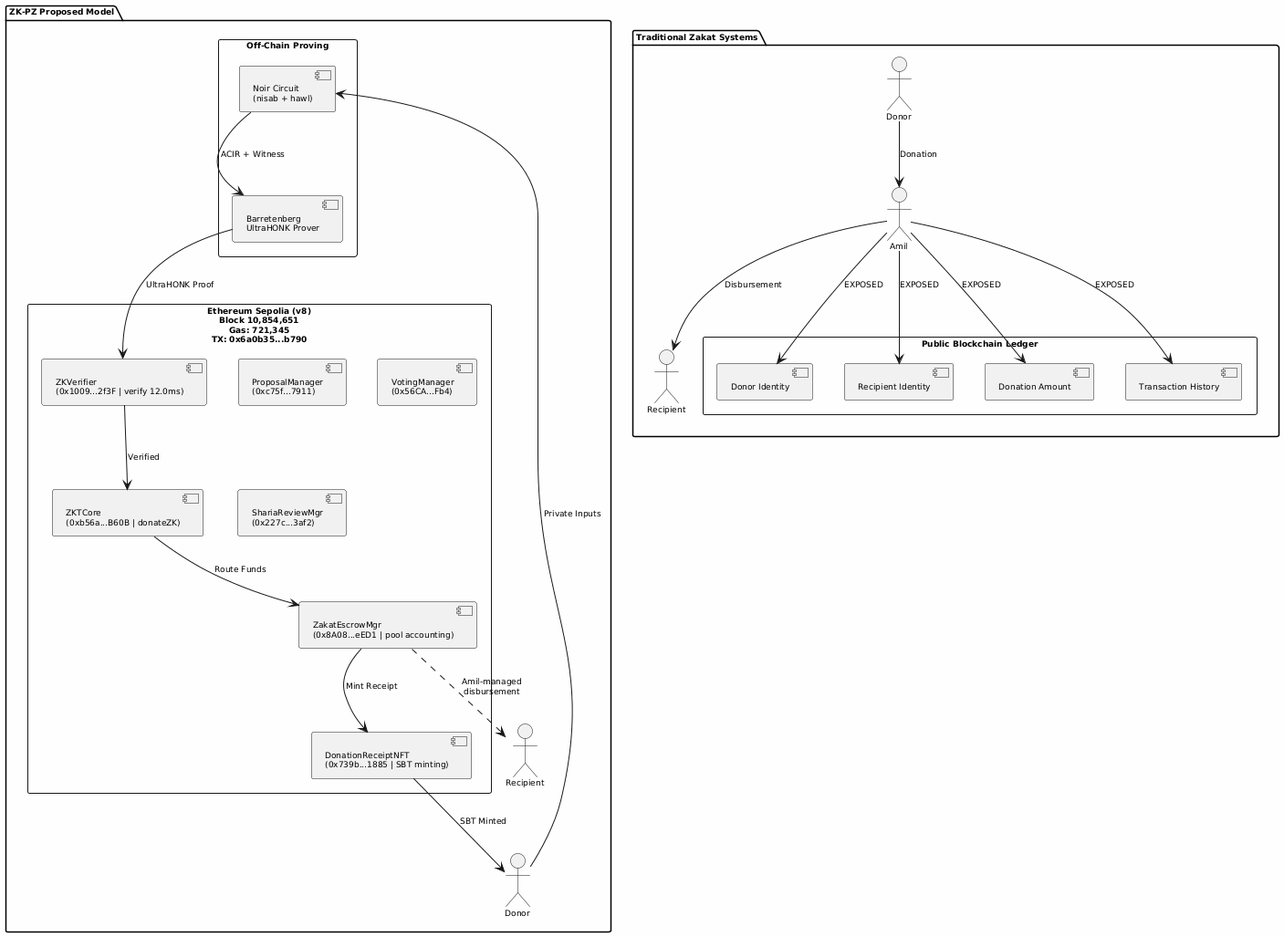
The PlantUML diagram background_model.png in tawf-labs/zkt-research, before a commit.
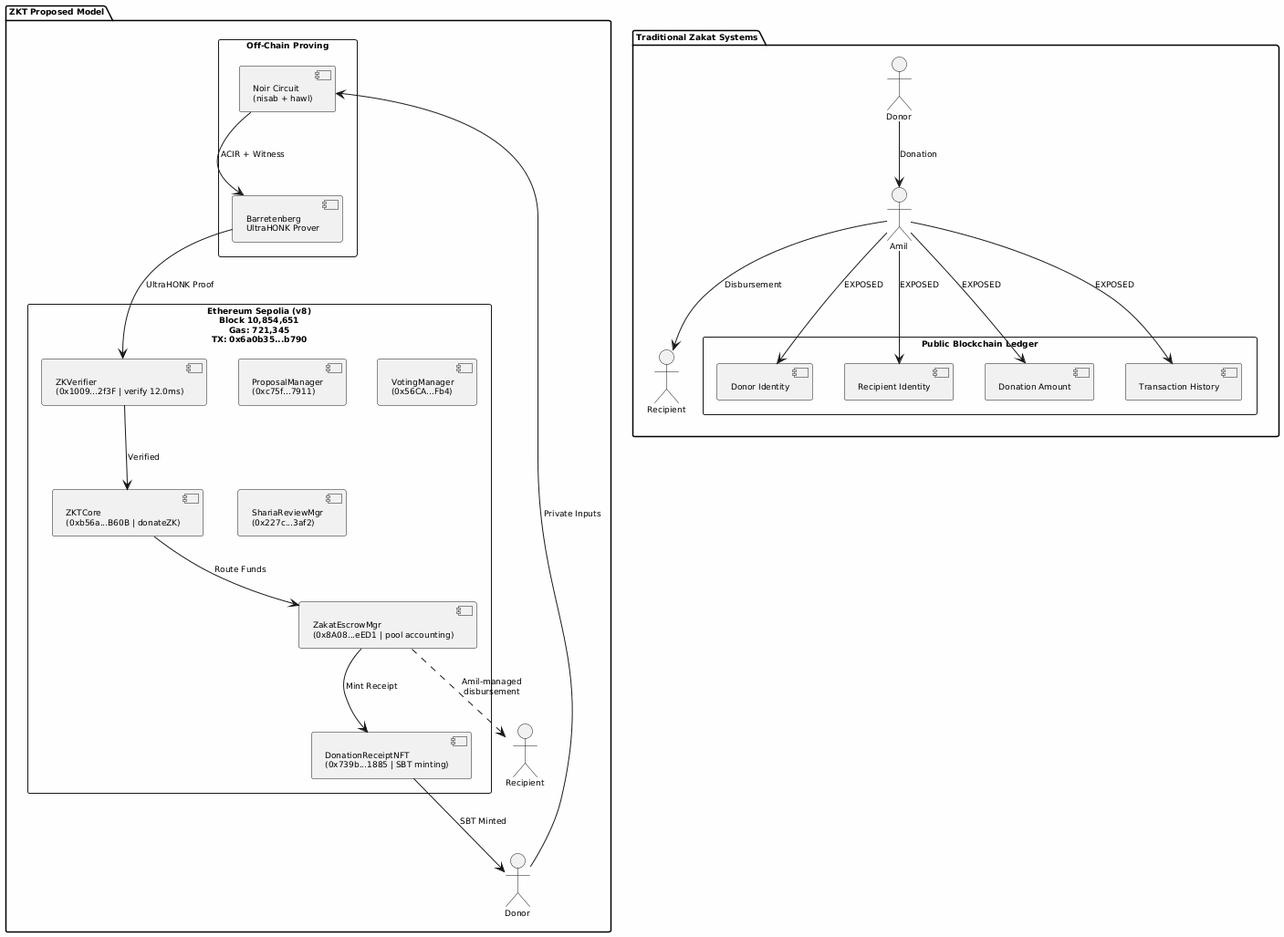
Above is the later version.

The edit, as a diff of the source:
```diff
@@ -27,7 +27,7 @@
   Amil_T --> History : EXPOSED
 }
 
-package "ZK-PZ Proposed Model" {
+package "ZKT Proposed Model" {
   actor Donor_Z as "Donor"
   actor Recipient_Z as "Recipient"
 
```
